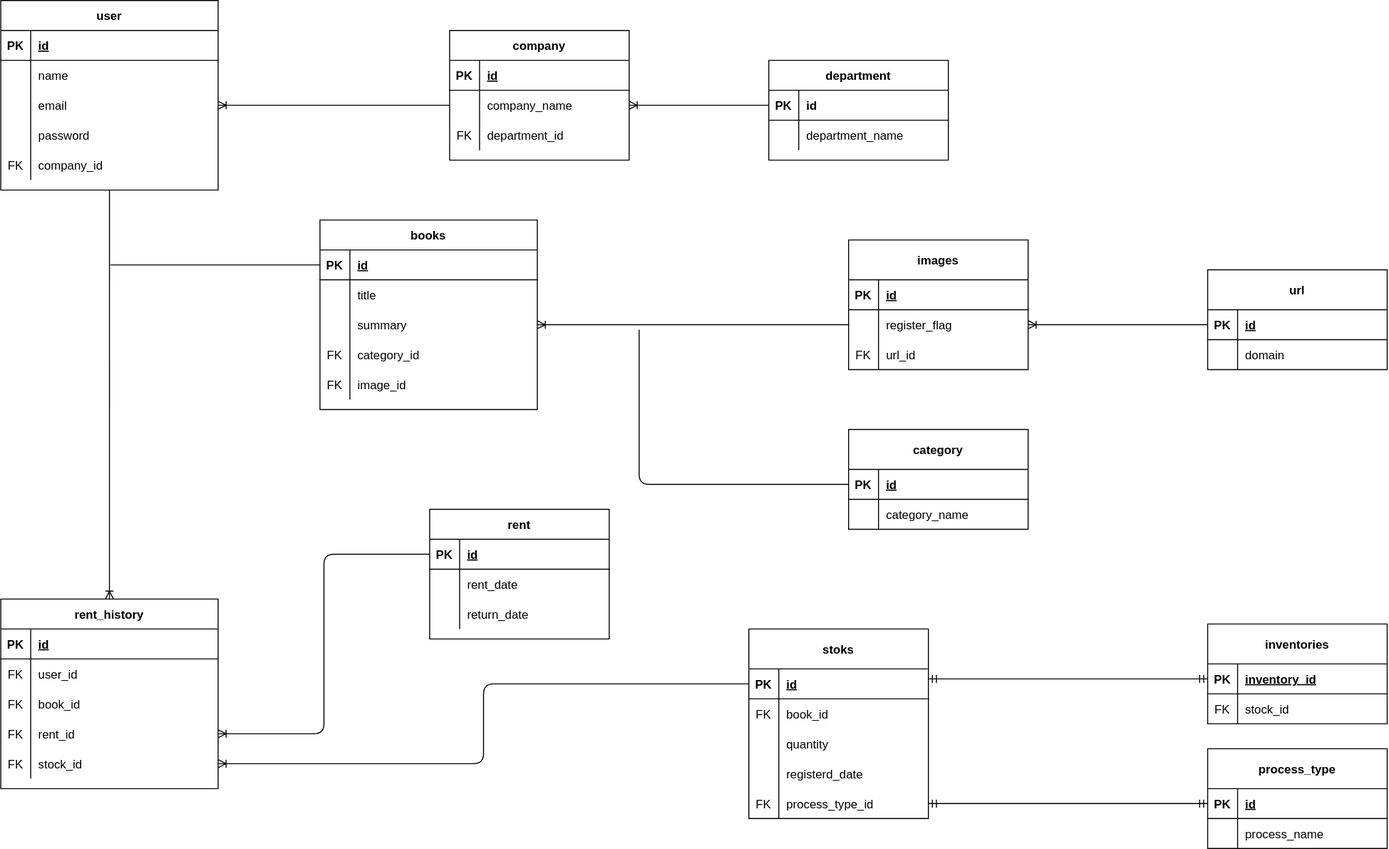
This is BookManagement/DB .drawio.svg from m-suzuki0905/maven-teeda, a draw.io export, as it was before one commit. Source tidied: cells renumbered, new cells last; positions are measured from the earlier drawing's top-left corner, leaving out a move shared by most shapes.
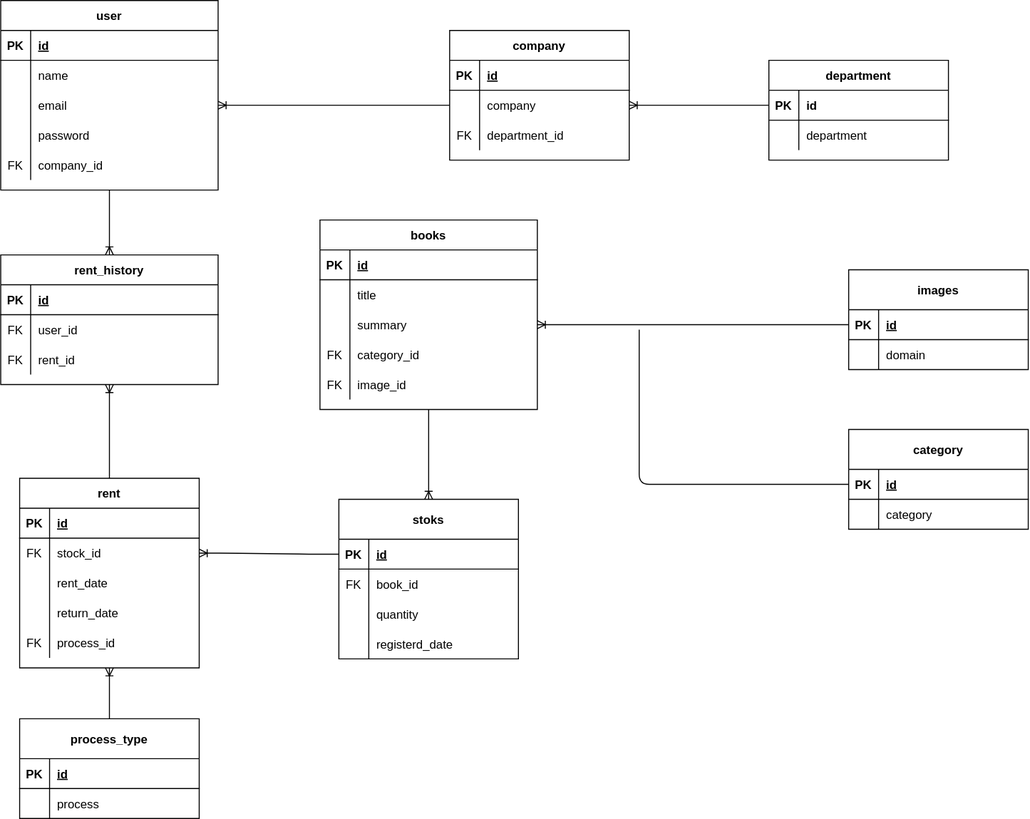
Above is the later version.

Change to the diagram source:
```diff
@@ -101,3 +101,3 @@
     <mxCell id="34" value="rent_history" style="shape=table;startSize=30;rowLines=0;fontStyle=1;align=center;" parent="1" vertex="1">
-      <mxGeometry y="600" width="217.9" height="190" as="geometry" />
+      <mxGeometry y="255" width="217.9" height="130" as="geometry" />
     </mxCell>
@@ -121,13 +121,4 @@
     </mxCell>
-    <mxCell id="41" style="shape=partialRectangle;fillColor=none;top=0;left=0;bottom=0;right=0;" parent="34" vertex="1">
-      <mxGeometry y="90" width="217.9" height="30" as="geometry" />
-    </mxCell>
-    <mxCell id="42" value="FK" style="shape=partialRectangle;fillColor=none;top=0;left=0;bottom=0;right=0;overflow=hidden;" parent="41" vertex="1">
-      <mxGeometry width="30" height="30" as="geometry" />
-    </mxCell>
-    <mxCell id="43" value="book_id" style="shape=partialRectangle;fillColor=none;top=0;left=0;bottom=0;right=0;align=left;spacingLeft=6;overflow=hidden;" parent="41" vertex="1">
-      <mxGeometry x="30" width="187.9" height="30" as="geometry" />
-    </mxCell>
     <mxCell id="44" style="shape=partialRectangle;fillColor=none;top=0;left=0;bottom=0;right=0;points=[[0,0.5],[1,0.5]];portConstraint=eastwest;" parent="34" vertex="1">
-      <mxGeometry y="120" width="217.9" height="30" as="geometry" />
+      <mxGeometry y="90" width="217.9" height="30" as="geometry" />
     </mxCell>
@@ -139,11 +130,2 @@
     </mxCell>
-    <mxCell id="47" style="shape=partialRectangle;fillColor=none;top=0;left=0;bottom=0;right=0;points=[[0,0.5],[1,0.5]];portConstraint=eastwest;" parent="34" vertex="1">
-      <mxGeometry y="150" width="217.9" height="30" as="geometry" />
-    </mxCell>
-    <mxCell id="48" value="FK" style="shape=partialRectangle;fillColor=none;top=0;left=0;bottom=0;right=0;overflow=hidden;" parent="47" vertex="1">
-      <mxGeometry width="30" height="30" as="geometry" />
-    </mxCell>
-    <mxCell id="49" value="stock_id" style="shape=partialRectangle;fillColor=none;top=0;left=0;bottom=0;right=0;align=left;spacingLeft=6;overflow=hidden;" parent="47" vertex="1">
-      <mxGeometry x="30" width="187.9" height="30" as="geometry" />
-    </mxCell>
     <mxCell id="50" value="department" style="shape=table;startSize=30;rowLines=0;fontStyle=1;align=center;" parent="1" vertex="1">
@@ -166,3 +148,3 @@
     </mxCell>
-    <mxCell id="56" value="department_name" style="shape=partialRectangle;fillColor=none;top=0;left=0;bottom=0;right=0;align=left;spacingLeft=6;overflow=hidden;" parent="54" vertex="1">
+    <mxCell id="56" value="department" style="shape=partialRectangle;fillColor=none;top=0;left=0;bottom=0;right=0;align=left;spacingLeft=6;overflow=hidden;" parent="54" vertex="1">
       <mxGeometry x="30" width="150" height="30" as="geometry" />
@@ -187,3 +169,3 @@
     </mxCell>
-    <mxCell id="63" value="category_name" style="shape=partialRectangle;fillColor=none;top=0;left=0;bottom=0;right=0;align=left;spacingLeft=6;overflow=hidden;" parent="61" vertex="1">
+    <mxCell id="63" value="category" style="shape=partialRectangle;fillColor=none;top=0;left=0;bottom=0;right=0;align=left;spacingLeft=6;overflow=hidden;" parent="61" vertex="1">
       <mxGeometry x="30" width="150" height="30" as="geometry" />
@@ -208,3 +190,3 @@
     </mxCell>
-    <mxCell id="70" value="company_name" style="shape=partialRectangle;fillColor=none;top=0;left=0;bottom=0;right=0;align=left;spacingLeft=6;overflow=hidden;" parent="68" vertex="1">
+    <mxCell id="70" value="company" style="shape=partialRectangle;fillColor=none;top=0;left=0;bottom=0;right=0;align=left;spacingLeft=6;overflow=hidden;" parent="68" vertex="1">
       <mxGeometry x="30" width="150" height="30" as="geometry" />
@@ -221,3 +203,3 @@
     <mxCell id="74" value="stoks" style="shape=table;startSize=40;rowLines=0;fontStyle=1;align=center;" parent="1" vertex="1">
-      <mxGeometry x="750" y="630" width="180" height="190" as="geometry" />
+      <mxGeometry x="338.9" y="500" width="180" height="160" as="geometry" />
     </mxCell>
@@ -259,34 +241,4 @@
     </mxCell>
-    <mxCell id="87" style="shape=partialRectangle;fillColor=none;top=0;left=0;bottom=0;right=0;points=[[0,0.5],[1,0.5]];portConstraint=eastwest;" parent="74" vertex="1">
-      <mxGeometry y="160" width="180" height="30" as="geometry" />
-    </mxCell>
-    <mxCell id="88" value="FK" style="shape=partialRectangle;fillColor=none;top=0;left=0;bottom=0;right=0;overflow=hidden;" parent="87" vertex="1">
-      <mxGeometry width="30" height="30" as="geometry" />
-    </mxCell>
-    <mxCell id="89" value="process_type_id" style="shape=partialRectangle;fillColor=none;top=0;left=0;bottom=0;right=0;align=left;spacingLeft=6;overflow=hidden;" parent="87" vertex="1">
-      <mxGeometry x="30" width="150" height="30" as="geometry" />
-    </mxCell>
-    <mxCell id="90" value="inventories" style="shape=table;startSize=40;rowLines=0;fontStyle=1;align=center;" parent="1" vertex="1">
-      <mxGeometry x="1210" y="625" width="180" height="100" as="geometry" />
-    </mxCell>
-    <mxCell id="91" style="shape=partialRectangle;fillColor=none;top=0;left=0;bottom=1;right=0;points=[[0,0.5],[1,0.5]];portConstraint=eastwest;" parent="90" vertex="1">
-      <mxGeometry y="40" width="180" height="30" as="geometry" />
-    </mxCell>
-    <mxCell id="92" value="PK" style="shape=partialRectangle;fillColor=none;top=0;left=0;bottom=0;right=0;fontStyle=1;overflow=hidden;" parent="91" vertex="1">
-      <mxGeometry width="30" height="30" as="geometry" />
-    </mxCell>
-    <mxCell id="93" value="inventory_id" style="shape=partialRectangle;fillColor=none;top=0;left=0;bottom=0;right=0;align=left;spacingLeft=6;fontStyle=5;overflow=hidden;" parent="91" vertex="1">
-      <mxGeometry x="30" width="150" height="30" as="geometry" />
-    </mxCell>
-    <mxCell id="94" style="shape=partialRectangle;fillColor=none;top=0;left=0;bottom=0;right=0;" parent="90" vertex="1">
-      <mxGeometry y="70" width="180" height="30" as="geometry" />
-    </mxCell>
-    <mxCell id="95" value="FK" style="shape=partialRectangle;fillColor=none;top=0;left=0;bottom=0;right=0;overflow=hidden;" parent="94" vertex="1">
-      <mxGeometry width="30" height="30" as="geometry" />
-    </mxCell>
-    <mxCell id="96" value="stock_id" style="shape=partialRectangle;fillColor=none;top=0;left=0;bottom=0;right=0;align=left;spacingLeft=6;overflow=hidden;" parent="94" vertex="1">
-      <mxGeometry x="30" width="150" height="30" as="geometry" />
-    </mxCell>
     <mxCell id="97" value="process_type" style="shape=table;startSize=40;rowLines=0;fontStyle=1;align=center;" parent="1" vertex="1">
-      <mxGeometry x="1210" y="750" width="180" height="100" as="geometry" />
+      <mxGeometry x="18.9" y="720" width="180" height="100" as="geometry" />
     </mxCell>
@@ -307,3 +259,3 @@
     </mxCell>
-    <mxCell id="103" value="process_name" style="shape=partialRectangle;fillColor=none;top=0;left=0;bottom=0;right=0;align=left;spacingLeft=6;overflow=hidden;" parent="101" vertex="1">
+    <mxCell id="103" value="process" style="shape=partialRectangle;fillColor=none;top=0;left=0;bottom=0;right=0;align=left;spacingLeft=6;overflow=hidden;" parent="101" vertex="1">
       <mxGeometry x="30" width="150" height="30" as="geometry" />
@@ -311,3 +263,3 @@
     <mxCell id="104" value="images" style="shape=table;startSize=40;rowLines=0;fontStyle=1;align=center;" parent="1" vertex="1">
-      <mxGeometry x="850" y="240" width="180" height="130" as="geometry" />
+      <mxGeometry x="850" y="270" width="180" height="100" as="geometry" />
     </mxCell>
@@ -322,41 +274,11 @@
     </mxCell>
-    <mxCell id="108" style="shape=partialRectangle;fillColor=none;top=0;left=0;bottom=0;right=0;points=[[0,0.5],[1,0.5]];portConstraint=eastwest;" parent="104" vertex="1">
-      <mxGeometry y="70" width="180" height="30" as="geometry" />
-    </mxCell>
-    <mxCell id="109" style="shape=partialRectangle;fillColor=none;top=0;left=0;bottom=0;right=0;overflow=hidden;" parent="108" vertex="1">
-      <mxGeometry width="30" height="30" as="geometry" />
-    </mxCell>
-    <mxCell id="110" value="register_flag" style="shape=partialRectangle;fillColor=none;top=0;left=0;bottom=0;right=0;align=left;spacingLeft=6;overflow=hidden;" parent="108" vertex="1">
-      <mxGeometry x="30" width="150" height="30" as="geometry" />
-    </mxCell>
     <mxCell id="111" style="shape=partialRectangle;fillColor=none;top=0;left=0;bottom=0;right=0;" parent="104" vertex="1">
-      <mxGeometry y="100" width="180" height="30" as="geometry" />
+      <mxGeometry y="70" width="180" height="30" as="geometry" />
     </mxCell>
-    <mxCell id="112" value="FK" style="shape=partialRectangle;fillColor=none;top=0;left=0;bottom=0;right=0;overflow=hidden;" parent="111" vertex="1">
+    <mxCell id="112" style="shape=partialRectangle;fillColor=none;top=0;left=0;bottom=0;right=0;overflow=hidden;" parent="111" vertex="1">
       <mxGeometry width="30" height="30" as="geometry" />
     </mxCell>
-    <mxCell id="113" value="url_id" style="shape=partialRectangle;fillColor=none;top=0;left=0;bottom=0;right=0;align=left;spacingLeft=6;overflow=hidden;" parent="111" vertex="1">
+    <mxCell id="113" value="domain" style="shape=partialRectangle;fillColor=none;top=0;left=0;bottom=0;right=0;align=left;spacingLeft=6;overflow=hidden;" parent="111" vertex="1">
       <mxGeometry x="30" width="150" height="30" as="geometry" />
     </mxCell>
-    <mxCell id="114" value="url" style="shape=table;startSize=40;rowLines=0;fontStyle=1;align=center;" parent="1" vertex="1">
-      <mxGeometry x="1210" y="270" width="180" height="100" as="geometry" />
-    </mxCell>
-    <mxCell id="115" style="shape=partialRectangle;fillColor=none;top=0;left=0;bottom=1;right=0;points=[[0,0.5],[1,0.5]];portConstraint=eastwest;" parent="114" vertex="1">
-      <mxGeometry y="40" width="180" height="30" as="geometry" />
-    </mxCell>
-    <mxCell id="116" value="PK" style="shape=partialRectangle;fillColor=none;top=0;left=0;bottom=0;right=0;fontStyle=1;overflow=hidden;" parent="115" vertex="1">
-      <mxGeometry width="30" height="30" as="geometry" />
-    </mxCell>
-    <mxCell id="117" value="id" style="shape=partialRectangle;fillColor=none;top=0;left=0;bottom=0;right=0;align=left;spacingLeft=6;fontStyle=5;overflow=hidden;" parent="115" vertex="1">
-      <mxGeometry x="30" width="150" height="30" as="geometry" />
-    </mxCell>
-    <mxCell id="118" style="shape=partialRectangle;fillColor=none;top=0;left=0;bottom=0;right=0;" parent="114" vertex="1">
-      <mxGeometry y="70" width="180" height="30" as="geometry" />
-    </mxCell>
-    <mxCell id="119" style="shape=partialRectangle;fillColor=none;top=0;left=0;bottom=0;right=0;overflow=hidden;" parent="118" vertex="1">
-      <mxGeometry width="30" height="30" as="geometry" />
-    </mxCell>
-    <mxCell id="120" value="domain" style="shape=partialRectangle;fillColor=none;top=0;left=0;bottom=0;right=0;align=left;spacingLeft=6;overflow=hidden;" parent="118" vertex="1">
-      <mxGeometry x="30" width="150" height="30" as="geometry" />
-    </mxCell>
     <mxCell id="121" style="edgeStyle=entityRelationEdgeStyle;fontSize=12;html=1;endArrow=ERoneToMany;entryX=1;entryY=0.5;entryDx=0;entryDy=0;exitX=0;exitY=0.5;exitDx=0;exitDy=0;" parent="1" edge="1" source="51" target="68">
@@ -367,8 +289,5 @@
     </mxCell>
-    <mxCell id="123" style="edgeStyle=entityRelationEdgeStyle;fontSize=12;html=1;endArrow=ERoneToMany;entryX=1;entryY=0.5;entryDx=0;entryDy=0;exitX=0;exitY=0.5;exitDx=0;exitDy=0;" parent="1" edge="1" source="108" target="25">
+    <mxCell id="123" style="fontSize=12;html=1;endArrow=ERoneToMany;entryX=1;entryY=0.5;entryDx=0;entryDy=0;exitX=0;exitY=0.5;exitDx=0;exitDy=0;" parent="1" edge="1" source="105" target="25">
       <mxGeometry relative="1" as="geometry" />
     </mxCell>
-    <mxCell id="124" style="edgeStyle=entityRelationEdgeStyle;fontSize=12;html=1;endArrow=ERoneToMany;entryX=1;entryY=0.5;entryDx=0;entryDy=0;exitX=0;exitY=0.5;exitDx=0;exitDy=0;" parent="1" edge="1" source="115" target="108">
-      <mxGeometry relative="1" as="geometry" />
-    </mxCell>
     <mxCell id="125" style="endArrow=none;html=1;exitX=0;exitY=0.5;exitDx=0;exitDy=0;" parent="1" edge="1" source="58">
@@ -381,9 +300,4 @@
     </mxCell>
-    <mxCell id="126" style="fontSize=12;html=1;endArrow=ERmandOne;startArrow=ERmandOne;entryX=0;entryY=0.5;entryDx=0;entryDy=0;" parent="1" edge="1" target="91">
-      <mxGeometry relative="1" as="geometry">
-        <mxPoint x="930" y="680" as="sourcePoint" />
-      </mxGeometry>
-    </mxCell>
     <mxCell id="127" value="rent" style="shape=table;startSize=30;rowLines=0;fontStyle=1;align=center;strokeColor=default;" parent="1" vertex="1">
-      <mxGeometry x="430" y="510" width="180" height="130" as="geometry" />
+      <mxGeometry x="18.9" y="479" width="180" height="190" as="geometry" />
     </mxCell>
@@ -401,6 +315,6 @@
     </mxCell>
-    <mxCell id="132" style="shape=partialRectangle;fillColor=none;top=0;left=0;bottom=0;right=0;overflow=hidden;strokeColor=default;" parent="131" vertex="1">
+    <mxCell id="132" value="FK" style="shape=partialRectangle;fillColor=none;top=0;left=0;bottom=0;right=0;overflow=hidden;strokeColor=default;" parent="131" vertex="1">
       <mxGeometry width="30" height="30" as="geometry" />
     </mxCell>
-    <mxCell id="133" value="rent_date" style="shape=partialRectangle;fillColor=none;top=0;left=0;bottom=0;right=0;align=left;spacingLeft=6;overflow=hidden;strokeColor=default;" parent="131" vertex="1">
+    <mxCell id="133" value="stock_id" style="shape=partialRectangle;fillColor=none;top=0;left=0;bottom=0;right=0;align=left;spacingLeft=6;overflow=hidden;strokeColor=default;" parent="131" vertex="1">
       <mxGeometry x="30" width="150" height="30" as="geometry" />
@@ -413,8 +327,35 @@
     </mxCell>
-    <mxCell id="136" value="return_date" style="shape=partialRectangle;fillColor=none;top=0;left=0;bottom=0;right=0;align=left;spacingLeft=6;overflow=hidden;strokeColor=default;" parent="134" vertex="1">
+    <mxCell id="136" value="rent_date" style="shape=partialRectangle;fillColor=none;top=0;left=0;bottom=0;right=0;align=left;spacingLeft=6;overflow=hidden;strokeColor=default;" parent="134" vertex="1">
       <mxGeometry x="30" width="150" height="30" as="geometry" />
     </mxCell>
-    <mxCell id="137" style="edgeStyle=orthogonalEdgeStyle;fontSize=12;html=1;endArrow=ERoneToMany;sourcePerimeterSpacing=28;jumpStyle=none;entryX=1;entryY=0.5;entryDx=0;entryDy=0;exitX=0;exitY=0.5;exitDx=0;exitDy=0;" parent="1" edge="1" source="128" target="44">
-      <mxGeometry relative="1" as="geometry" />
-    </mxCell>
+    <mxCell id="142" style="shape=partialRectangle;fillColor=none;top=0;left=0;bottom=0;right=0;strokeColor=default;" parent="127" vertex="1">
+      <mxGeometry y="120" width="180" height="30" as="geometry" />
+    </mxCell>
+    <mxCell id="143" style="shape=partialRectangle;fillColor=none;top=0;left=0;bottom=0;right=0;overflow=hidden;strokeColor=default;" parent="142" vertex="1">
+      <mxGeometry width="30" height="30" as="geometry" />
+    </mxCell>
+    <mxCell id="144" value="return_date" style="shape=partialRectangle;fillColor=none;top=0;left=0;bottom=0;right=0;align=left;spacingLeft=6;overflow=hidden;strokeColor=default;" parent="142" vertex="1">
+      <mxGeometry x="30" width="150" height="30" as="geometry" />
+    </mxCell>
+    <mxCell id="145" style="shape=partialRectangle;fillColor=none;top=0;left=0;bottom=0;right=0;strokeColor=default;" parent="127" vertex="1">
+      <mxGeometry y="150" width="180" height="30" as="geometry" />
+    </mxCell>
+    <mxCell id="146" value="FK" style="shape=partialRectangle;fillColor=none;top=0;left=0;bottom=0;right=0;overflow=hidden;strokeColor=default;" parent="145" vertex="1">
+      <mxGeometry width="30" height="30" as="geometry" />
+    </mxCell>
+    <mxCell id="147" value="process_id" style="shape=partialRectangle;fillColor=none;top=0;left=0;bottom=0;right=0;align=left;spacingLeft=6;overflow=hidden;strokeColor=default;" parent="145" vertex="1">
+      <mxGeometry x="30" width="150" height="30" as="geometry" />
+    </mxCell>
+    <mxCell id="148" style="edgeStyle=orthogonalEdgeStyle;fontSize=12;html=1;endArrow=ERoneToMany;sourcePerimeterSpacing=28;jumpStyle=none;entryX=0.5;entryY=0;entryDx=0;entryDy=0;exitX=0.5;exitY=1;exitDx=0;exitDy=0;" parent="1" edge="1" source="18" target="74">
+      <mxGeometry relative="1" as="geometry" />
+    </mxCell>
+    <mxCell id="149" style="edgeStyle=entityRelationEdgeStyle;fontSize=12;html=1;endArrow=ERoneToMany;sourcePerimeterSpacing=28;jumpStyle=none;entryX=1;entryY=0.5;entryDx=0;entryDy=0;exitX=0;exitY=0.5;exitDx=0;exitDy=0;" parent="1" edge="1" source="75" target="131">
+      <mxGeometry relative="1" as="geometry" />
+    </mxCell>
+    <mxCell id="150" style="fontSize=12;html=1;endArrow=ERoneToMany;sourcePerimeterSpacing=28;jumpStyle=none;entryX=0.5;entryY=1;entryDx=0;entryDy=0;exitX=0.5;exitY=0;exitDx=0;exitDy=0;" parent="1" edge="1" source="97" target="127">
+      <mxGeometry relative="1" as="geometry" />
+    </mxCell>
+    <mxCell id="151" style="fontSize=12;html=1;endArrow=ERoneToMany;sourcePerimeterSpacing=28;jumpStyle=none;entryX=0.5;entryY=1;entryDx=0;entryDy=0;exitX=0.5;exitY=0;exitDx=0;exitDy=0;" parent="1" edge="1" source="127" target="34">
+      <mxGeometry relative="1" as="geometry" />
+    </mxCell>
     <mxCell id="138" style="fontSize=12;html=1;endArrow=ERoneToMany;sourcePerimeterSpacing=28;jumpStyle=none;entryX=0.5;entryY=0;entryDx=0;entryDy=0;exitX=0.5;exitY=1;exitDx=0;exitDy=0;" parent="1" edge="1" source="2" target="34">
@@ -422,13 +363,2 @@
     </mxCell>
-    <mxCell id="139" style="fontSize=12;html=1;endArrow=ERmandOne;startArrow=ERmandOne;entryX=0;entryY=0.5;entryDx=0;entryDy=0;exitX=1;exitY=0.5;exitDx=0;exitDy=0;" parent="1" edge="1" source="87" target="98">
-      <mxGeometry relative="1" as="geometry" />
-    </mxCell>
-    <mxCell id="140" style="edgeStyle=orthogonalEdgeStyle;fontSize=12;html=1;endArrow=ERoneToMany;sourcePerimeterSpacing=28;jumpStyle=none;entryX=1;entryY=0.5;entryDx=0;entryDy=0;exitX=0;exitY=0.5;exitDx=0;exitDy=0;" parent="1" edge="1" source="75" target="47">
-      <mxGeometry relative="1" as="geometry" />
-    </mxCell>
-    <mxCell id="141" style="endArrow=none;html=1;sourcePerimeterSpacing=28;jumpStyle=none;entryX=0;entryY=0.5;entryDx=0;entryDy=0;" parent="1" edge="1" target="19">
-      <mxGeometry relative="1" as="geometry">
-        <mxPoint x="110" y="265" as="sourcePoint" />
-      </mxGeometry>
-    </mxCell>
   </root>
```
